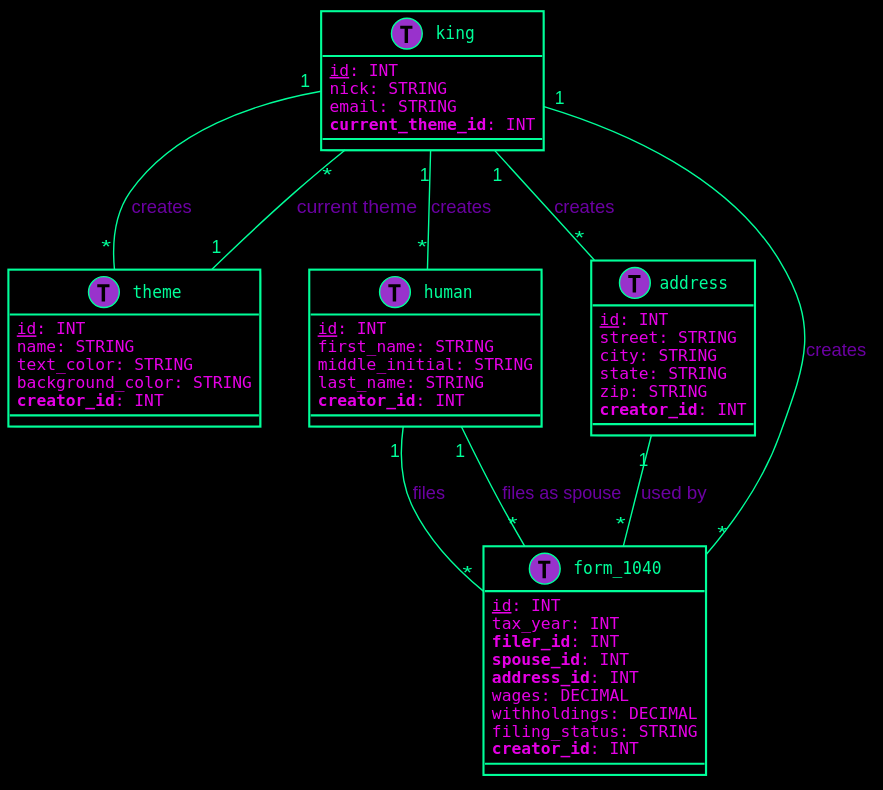
This is schema.svg from ozzloy/tax-back, a PlantUML export, as it was before one commit.
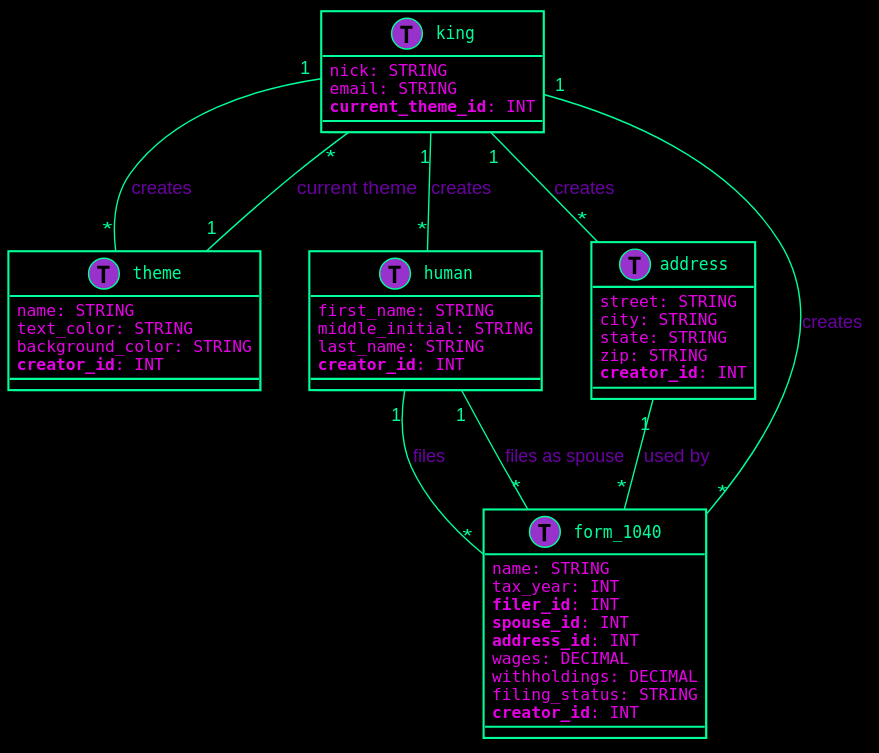
The same diagram one commit later.

Commit message:
move id to top level note to make schema image smaller

The edit, as a diff of the source:
```diff
@@ -17,14 +17,12 @@
 }
 
 class king << (T,#9932CC) >> {
-    <u>id</u>: INT
     nick: STRING
     email: STRING
     <b>current_theme_id</b>: INT
 }
 
 class theme << (T,#9932CC) >> {
-    <u>id</u>: INT
     name: STRING
     text_color: STRING
     background_color: STRING
@@ -32,7 +30,6 @@
 }
 
 class human << (T,#9932CC) >> {
-    <u>id</u>: INT
     first_name: STRING
     middle_initial: STRING
     last_name: STRING
@@ -40,7 +37,6 @@
 }
 
 class address << (T,#9932CC) >> {
-    <u>id</u>: INT
     street: STRING
     city: STRING
     state: STRING
@@ -49,7 +45,7 @@
 }
 
 class form_1040 << (T,#9932CC) >> {
-    <u>id</u>: INT
+    name: STRING
     tax_year: INT
     <b>filer_id</b>: INT
     <b>spouse_id</b>: INT
```
